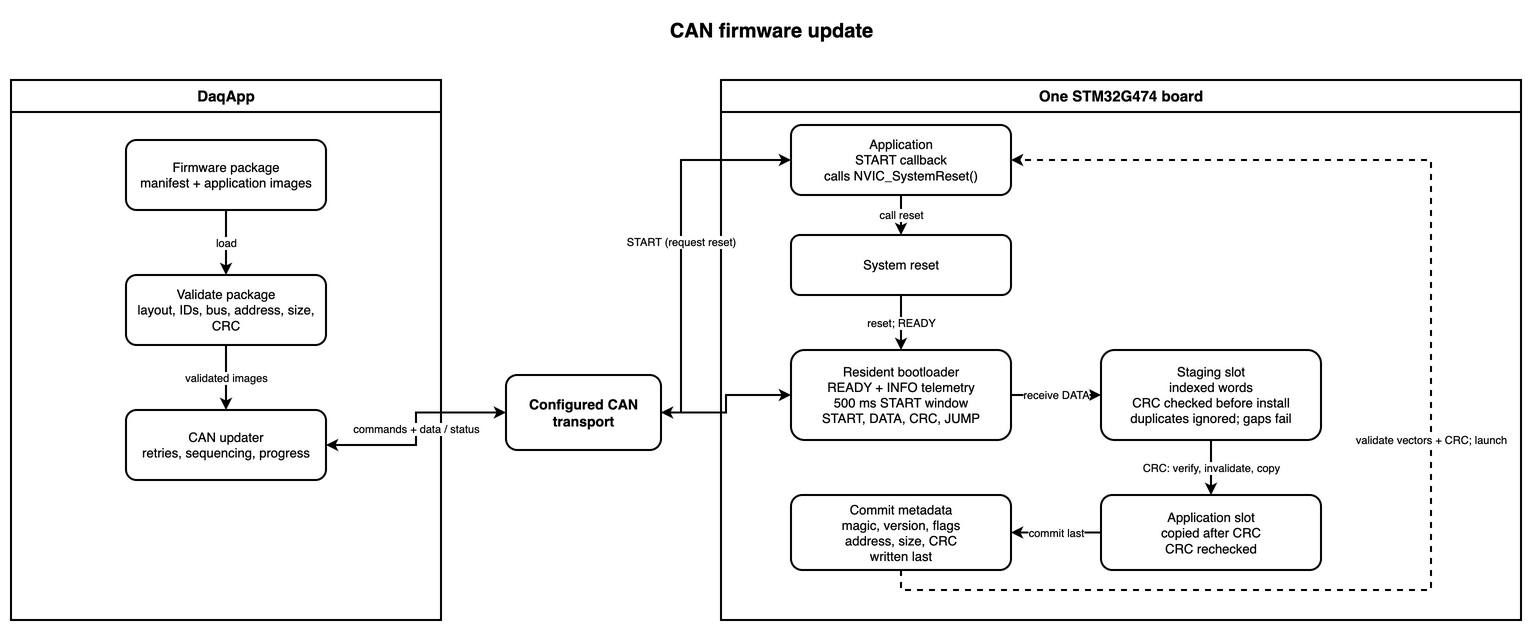
This is firmware/source/bootloader/bootloader_architecture.drawio.png from PurdueElectricRacing/monorepo, a draw.io export, as it was before one commit. Source tidied: cells renumbered, new cells last; positions are measured from the earlier drawing's top-left corner, leaving out a move shared by most shapes.
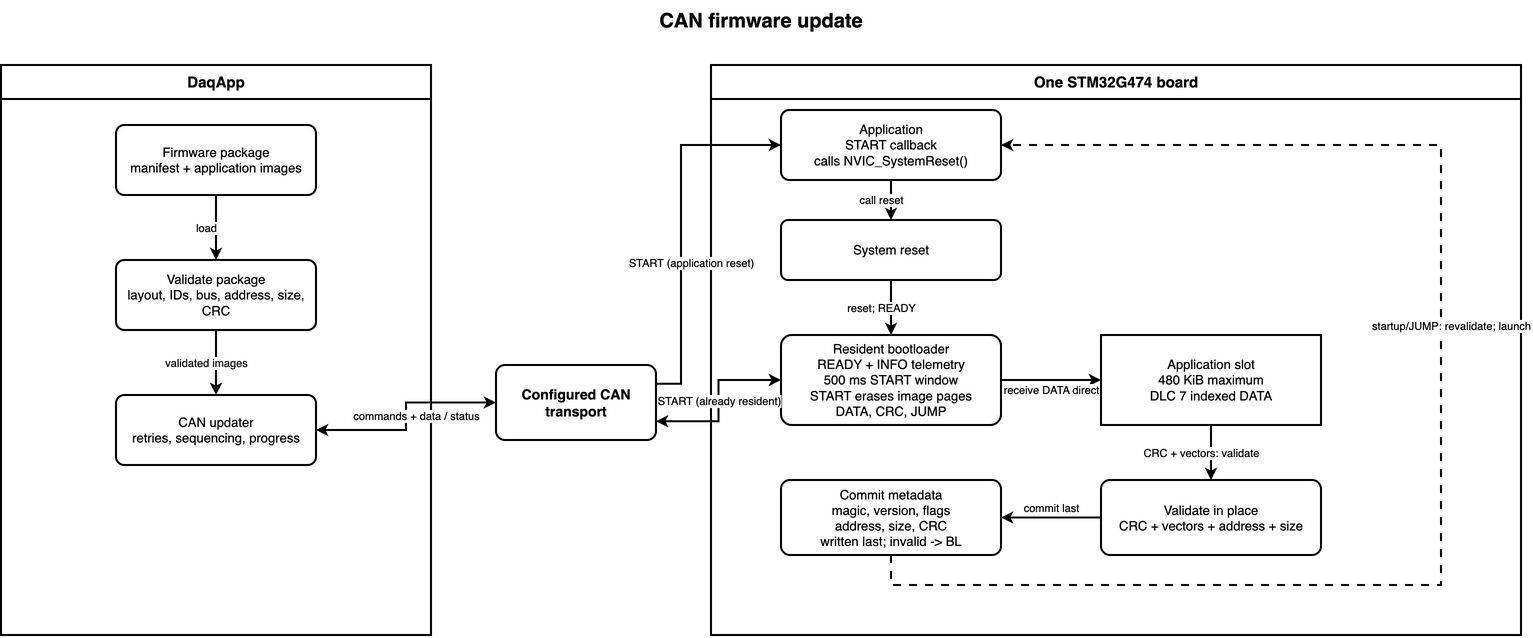
Later version of the same file.

Commit message:
Update bootloader diagrams for full application slot

Change to the diagram source:
```diff
@@ -2,84 +2,84 @@
   <root>
     <mxCell id="0" />
     <mxCell id="1" parent="0" />
-    <mxCell id="2" value="CAN firmware update" style="text;html=1;align=center;verticalAlign=middle;fontSize=20;fontStyle=1;" parent="1" vertex="1">
-      <mxGeometry x="460" width="600" height="40" as="geometry" />
+    <mxCell id="2" value="CAN firmware update" style="text;html=1;whiteSpace=wrap;align=center;verticalAlign=middle;fontSize=20;fontStyle=1;" parent="1" vertex="1">
+      <mxGeometry x="380" y="-5" width="720" height="40" as="geometry" />
     </mxCell>
-    <mxCell id="3" value="DaqApp" style="swimlane;whiteSpace=wrap;html=1;startSize=32;fontSize=15;strokeWidth=2;" parent="1" vertex="1">
-      <mxGeometry y="70" width="430" height="540" as="geometry" />
+    <mxCell id="3" value="DaqApp" style="swimlane;whiteSpace=wrap;html=1;startSize=34;fontSize=15;fontStyle=1;strokeWidth=2;" parent="1" vertex="1">
+      <mxGeometry x="-20" y="60" width="430" height="570" as="geometry" />
     </mxCell>
-    <mxCell id="4" value="One STM32G474 board" style="swimlane;whiteSpace=wrap;html=1;startSize=32;fontSize=15;strokeWidth=2;" parent="1" vertex="1">
-      <mxGeometry x="710" y="70" width="800" height="540" as="geometry" />
-    </mxCell>
-    <mxCell id="5" value="Firmware package&lt;br&gt;manifest + application images" style="rounded=1;whiteSpace=wrap;html=1;fontSize=13;strokeWidth=2;" parent="3" vertex="1">
+    <mxCell id="5" value="Firmware package&lt;br&gt;manifest + application images" style="rounded=1;whiteSpace=wrap;html=1;fontSize=13;strokeWidth=2;arcSize=12;" parent="3" vertex="1">
       <mxGeometry x="115" y="60" width="200" height="70" as="geometry" />
     </mxCell>
-    <mxCell id="6" value="Validate package&lt;br&gt;layout, IDs, bus, address, size, CRC" style="rounded=1;whiteSpace=wrap;html=1;fontSize=13;strokeWidth=2;" parent="3" vertex="1">
+    <mxCell id="6" value="Validate package&lt;br&gt;layout, IDs, bus, address, size, CRC" style="rounded=1;whiteSpace=wrap;html=1;fontSize=13;strokeWidth=2;arcSize=12;" parent="3" vertex="1">
       <mxGeometry x="115" y="195" width="200" height="70" as="geometry" />
     </mxCell>
-    <mxCell id="7" value="CAN updater&lt;br&gt;retries, sequencing, progress" style="rounded=1;whiteSpace=wrap;html=1;fontSize=13;strokeWidth=2;" parent="3" vertex="1">
+    <mxCell id="7" value="CAN updater&lt;br&gt;retries, sequencing, progress" style="rounded=1;whiteSpace=wrap;html=1;fontSize=13;strokeWidth=2;arcSize=12;" parent="3" vertex="1">
       <mxGeometry x="115" y="330" width="200" height="70" as="geometry" />
     </mxCell>
-    <mxCell id="8" value="Configured CAN transport" style="rounded=1;whiteSpace=wrap;html=1;fontSize=14;fontStyle=1;strokeWidth=2;" parent="1" vertex="1">
-      <mxGeometry x="495" y="365" width="155" height="75" as="geometry" />
-    </mxCell>
+    <mxCell id="4" value="One STM32G474 board" style="swimlane;whiteSpace=wrap;html=1;startSize=34;fontSize=15;fontStyle=1;strokeWidth=2;" parent="1" vertex="1">
+      <mxGeometry x="690" y="60" width="810" height="570" as="geometry" />
+    </mxCell>
-    <mxCell id="9" value="Application&lt;br&gt;START callback&lt;br&gt;calls NVIC_SystemReset()" style="rounded=1;whiteSpace=wrap;html=1;fontSize=13;strokeWidth=2;" parent="4" vertex="1">
+    <mxCell id="9" value="Application&lt;br&gt;START callback&lt;br&gt;calls NVIC_SystemReset()" style="rounded=1;whiteSpace=wrap;html=1;fontSize=13;strokeWidth=2;arcSize=12;" parent="4" vertex="1">
       <mxGeometry x="70" y="45" width="220" height="70" as="geometry" />
     </mxCell>
-    <mxCell id="10" value="System reset" style="rounded=1;whiteSpace=wrap;html=1;fontSize=13;strokeWidth=2;" parent="4" vertex="1">
+    <mxCell id="10" value="System reset" style="rounded=1;whiteSpace=wrap;html=1;fontSize=13;strokeWidth=2;arcSize=12;" parent="4" vertex="1">
       <mxGeometry x="70" y="155" width="220" height="60" as="geometry" />
     </mxCell>
-    <mxCell id="11" value="Resident bootloader&lt;br&gt;READY + INFO telemetry&lt;br&gt;500 ms START window&lt;br&gt;START, DATA, CRC, JUMP" style="rounded=1;whiteSpace=wrap;html=1;fontSize=13;strokeWidth=2;" parent="4" vertex="1">
+    <mxCell id="11" value="Resident bootloader&lt;br&gt;READY + INFO telemetry&lt;br&gt;500 ms START window&lt;br&gt;START erases image pages&lt;br&gt;DATA, CRC, JUMP" style="rounded=1;whiteSpace=wrap;html=1;fontSize=13;strokeWidth=2;arcSize=12;" parent="4" vertex="1">
       <mxGeometry x="70" y="270" width="220" height="90" as="geometry" />
     </mxCell>
-    <mxCell id="12" value="Staging slot&lt;br&gt;indexed words&lt;br&gt;CRC checked before install&lt;br&gt;duplicates ignored; gaps fail" style="rounded=1;whiteSpace=wrap;html=1;fontSize=13;strokeWidth=2;" parent="4" vertex="1">
-      <mxGeometry x="380" y="270" width="220" height="90" as="geometry" />
-    </mxCell>
-    <mxCell id="13" value="Application slot&lt;br&gt;copied after CRC&lt;br&gt;CRC rechecked" style="rounded=1;whiteSpace=wrap;html=1;fontSize=13;strokeWidth=2;" parent="4" vertex="1">
-      <mxGeometry x="380" y="415" width="220" height="75" as="geometry" />
-    </mxCell>
+    <mxCell id="26" value="Application slot&lt;br&gt;480 KiB maximum&lt;br&gt;DLC 7 indexed DATA" style="rounded=0;whiteSpace=wrap;html=1;fontSize=13;strokeWidth=2;" parent="4" vertex="1">
+      <mxGeometry x="390" y="270" width="220" height="90" as="geometry" />
+    </mxCell>
-    <mxCell id="14" value="Commit metadata&lt;br&gt;magic, version, flags&lt;br&gt;address, size, CRC&lt;br&gt;written last" style="rounded=1;whiteSpace=wrap;html=1;fontSize=13;strokeWidth=2;" parent="4" vertex="1">
+    <mxCell id="14" value="Commit metadata&lt;br&gt;magic, version, flags&lt;br&gt;address, size, CRC&lt;br&gt;written last; invalid -&gt; BL" style="rounded=1;whiteSpace=wrap;html=1;fontSize=13;strokeWidth=2;arcSize=12;" parent="4" vertex="1">
       <mxGeometry x="70" y="415" width="220" height="75" as="geometry" />
     </mxCell>
+    <mxCell id="27" value="Validate in place&lt;br&gt;CRC + vectors + address + size" style="rounded=1;whiteSpace=wrap;html=1;fontSize=13;strokeWidth=2;arcSize=12;" parent="4" vertex="1">
+      <mxGeometry x="390" y="415" width="220" height="75" as="geometry" />
+    </mxCell>
+    <mxCell id="8" value="Configured CAN&lt;br&gt;transport" style="rounded=1;whiteSpace=wrap;html=1;fontSize=13;strokeWidth=2;arcSize=12;fontSize=14;fontStyle=1;" parent="1" vertex="1">
+      <mxGeometry x="475" y="360" width="160" height="75" as="geometry" />
+    </mxCell>
-    <mxCell id="15" value="load" style="edgeStyle=orthogonalEdgeStyle;rounded=0;jettySize=auto;html=1;endArrow=classic;fontSize=11;strokeWidth=2;" parent="1" edge="1" source="5" target="6">
-      <mxGeometry relative="1" as="geometry" />
+    <mxCell id="15" value="load" style="edgeStyle=orthogonalEdgeStyle;rounded=0;jettySize=18;html=1;endArrow=classic;endFill=1;fontSize=11;strokeWidth=2;labelBackgroundColor=#ffffff;" parent="1" edge="1" source="5" target="6">
+      <mxGeometry y="-10" relative="1" as="geometry" />
     </mxCell>
-    <mxCell id="16" value="validated images" style="edgeStyle=orthogonalEdgeStyle;rounded=0;jettySize=auto;html=1;endArrow=classic;fontSize=11;strokeWidth=2;" parent="1" edge="1" source="6" target="7">
-      <mxGeometry relative="1" as="geometry" />
+    <mxCell id="16" value="validated images" style="edgeStyle=orthogonalEdgeStyle;rounded=0;jettySize=18;html=1;endArrow=classic;endFill=1;fontSize=11;strokeWidth=2;labelBackgroundColor=#ffffff;" parent="1" edge="1" source="6" target="7">
+      <mxGeometry y="-10" relative="1" as="geometry" />
     </mxCell>
-    <mxCell id="17" value="commands + data / status" style="edgeStyle=orthogonalEdgeStyle;rounded=0;jettySize=auto;html=1;startArrow=classic;startFill=1;endArrow=classic;endFill=1;fontSize=11;strokeWidth=2;" parent="1" edge="1" source="7" target="8">
-      <mxGeometry relative="1" as="geometry" />
+    <mxCell id="17" value="commands + data / status" style="edgeStyle=orthogonalEdgeStyle;rounded=0;jettySize=18;html=1;endArrow=classic;endFill=1;fontSize=11;strokeWidth=2;labelBackgroundColor=#ffffff;startArrow=classic;startFill=1;" parent="1" edge="1" source="7" target="8">
+      <mxGeometry y="-10" relative="1" as="geometry" />
     </mxCell>
-    <mxCell id="18" value="START (request reset)" style="edgeStyle=orthogonalEdgeStyle;rounded=0;jettySize=auto;html=1;endArrow=classic;fontSize=11;strokeWidth=2;" parent="1" edge="1" source="8" target="9">
-      <mxGeometry relative="1" as="geometry">
+    <mxCell id="18" value="START (application reset)" style="edgeStyle=orthogonalEdgeStyle;rounded=0;jettySize=18;html=1;endArrow=classic;endFill=1;fontSize=11;strokeWidth=2;labelBackgroundColor=#ffffff;exitX=1;exitY=0.25;entryX=0;entryY=0.5;entryDx=0;entryDy=0;" parent="1" edge="1" source="8" target="9">
+      <mxGeometry x="-0.2" y="-10" relative="1" as="geometry">
         <Array as="points">
-          <mxPoint x="670" y="150" />
+          <mxPoint x="660" y="140" />
         </Array>
       </mxGeometry>
     </mxCell>
-    <mxCell id="19" value="call reset" style="edgeStyle=orthogonalEdgeStyle;rounded=0;jettySize=auto;html=1;endArrow=classic;fontSize=11;strokeWidth=2;" parent="1" edge="1" source="9" target="10">
-      <mxGeometry relative="1" as="geometry" />
+    <mxCell id="19" value="call reset" style="edgeStyle=orthogonalEdgeStyle;rounded=0;jettySize=18;html=1;endArrow=classic;endFill=1;fontSize=11;strokeWidth=2;labelBackgroundColor=#ffffff;" parent="1" edge="1" source="9" target="10">
+      <mxGeometry y="-10" relative="1" as="geometry" />
     </mxCell>
-    <mxCell id="20" value="reset; READY" style="edgeStyle=orthogonalEdgeStyle;rounded=0;jettySize=auto;html=1;endArrow=classic;fontSize=11;strokeWidth=2;" parent="1" edge="1" source="10" target="11">
-      <mxGeometry relative="1" as="geometry" />
+    <mxCell id="20" value="reset; READY" style="edgeStyle=orthogonalEdgeStyle;rounded=0;jettySize=18;html=1;endArrow=classic;endFill=1;fontSize=11;strokeWidth=2;labelBackgroundColor=#ffffff;" parent="1" edge="1" source="10" target="11">
+      <mxGeometry y="-10" relative="1" as="geometry" />
     </mxCell>
-    <mxCell id="21" style="edgeStyle=orthogonalEdgeStyle;rounded=0;jettySize=auto;html=1;startArrow=classic;startFill=1;endArrow=classic;endFill=1;fontSize=11;strokeWidth=2;" parent="1" edge="1" source="8" target="11">
+    <mxCell id="21" value="START (already resident)" style="edgeStyle=orthogonalEdgeStyle;rounded=0;jettySize=18;html=1;endArrow=classic;endFill=1;fontSize=11;strokeWidth=2;labelBackgroundColor=#ffffff;startArrow=classic;startFill=1;exitX=1;exitY=0.75;entryX=0;entryY=0.5;entryDx=0;entryDy=0;" parent="1" edge="1" source="8" target="11">
       <mxGeometry relative="1" as="geometry" />
     </mxCell>
-    <mxCell id="22" value="receive DATA" style="edgeStyle=orthogonalEdgeStyle;rounded=0;jettySize=auto;html=1;endArrow=classic;fontSize=11;strokeWidth=2;" parent="1" edge="1" source="11" target="12">
-      <mxGeometry relative="1" as="geometry" />
-    </mxCell>
-    <mxCell id="23" value="CRC: verify, invalidate, copy" style="edgeStyle=orthogonalEdgeStyle;rounded=0;jettySize=auto;html=1;endArrow=classic;fontSize=11;strokeWidth=2;" parent="1" edge="1" source="12" target="13">
-      <mxGeometry relative="1" as="geometry" />
-    </mxCell>
+    <mxCell id="28" value="receive DATA direct" style="edgeStyle=orthogonalEdgeStyle;rounded=0;jettySize=18;html=1;endArrow=classic;endFill=1;fontSize=11;strokeWidth=2;labelBackgroundColor=#ffffff;" parent="1" edge="1" source="11" target="26">
+      <mxGeometry y="-10" relative="1" as="geometry" />
+    </mxCell>
+    <mxCell id="29" value="CRC + vectors: validate" style="edgeStyle=orthogonalEdgeStyle;rounded=0;jettySize=18;html=1;endArrow=classic;endFill=1;fontSize=11;strokeWidth=2;labelBackgroundColor=#ffffff;" parent="1" edge="1" source="26" target="27">
+      <mxGeometry y="-10" relative="1" as="geometry" />
+    </mxCell>
-    <mxCell id="24" value="commit last" style="edgeStyle=orthogonalEdgeStyle;rounded=0;jettySize=auto;html=1;endArrow=classic;fontSize=11;strokeWidth=2;" parent="1" edge="1" source="13" target="14">
-      <mxGeometry relative="1" as="geometry" />
+    <mxCell id="24" value="commit last" style="edgeStyle=orthogonalEdgeStyle;rounded=0;jettySize=18;html=1;endArrow=classic;endFill=1;fontSize=11;strokeWidth=2;labelBackgroundColor=#ffffff;" parent="1" edge="1" source="27" target="14">
+      <mxGeometry y="-10" relative="1" as="geometry" />
     </mxCell>
-    <mxCell id="25" value="validate vectors + CRC; launch" style="edgeStyle=orthogonalEdgeStyle;rounded=0;jettySize=auto;html=1;dashed=1;dashPattern=3 3;endArrow=classic;fontSize=11;strokeWidth=2;" parent="1" edge="1" source="14" target="9">
-      <mxGeometry relative="1" as="geometry">
+    <mxCell id="25" value="startup/JUMP: revalidate; launch" style="edgeStyle=orthogonalEdgeStyle;rounded=0;jettySize=18;html=1;endArrow=classic;endFill=1;fontSize=11;strokeWidth=2;labelBackgroundColor=#ffffff;dashed=1;dashPattern=4 4;exitX=0.5;exitY=1;entryX=1;entryY=0.5;" parent="1" edge="1" source="14" target="9">
+      <mxGeometry x="0.15" y="-10" relative="1" as="geometry">
         <Array as="points">
           <mxPoint x="1420" y="580" />
-          <mxPoint x="1420" y="150" />
+          <mxPoint x="1420" y="140" />
         </Array>
       </mxGeometry>
     </mxCell>
```
